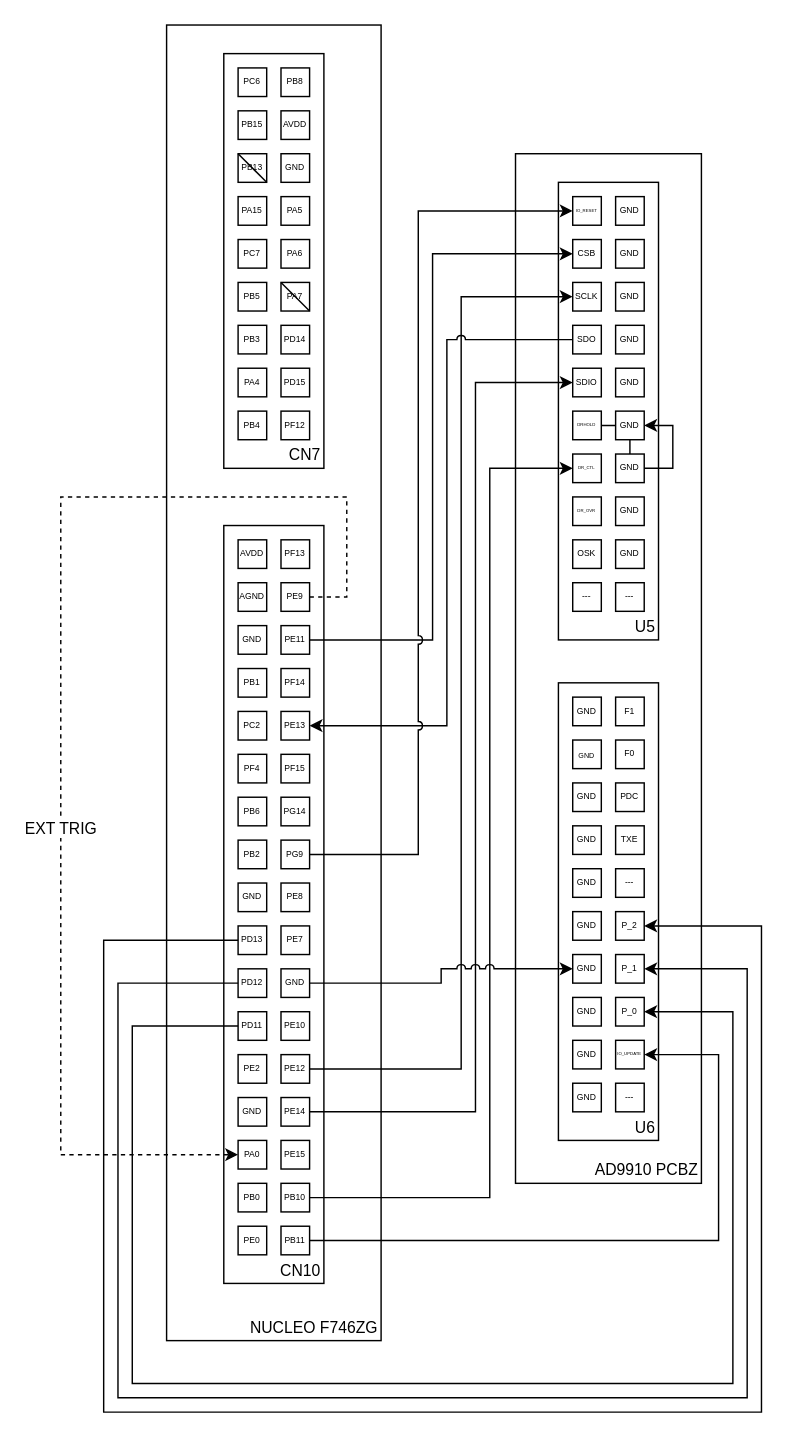
Before: wiring_diagram.drawio in AXKuhta/stm32_ad9910, a draw.io diagram. Source tidied: cells renumbered, new cells numbered last; positions are measured from the earlier drawing's top-left corner, leaving out a move shared by most shapes. Both pictures are drawn from the tidied source at 143%, with x=0, y=0 at pixel (60, 24).
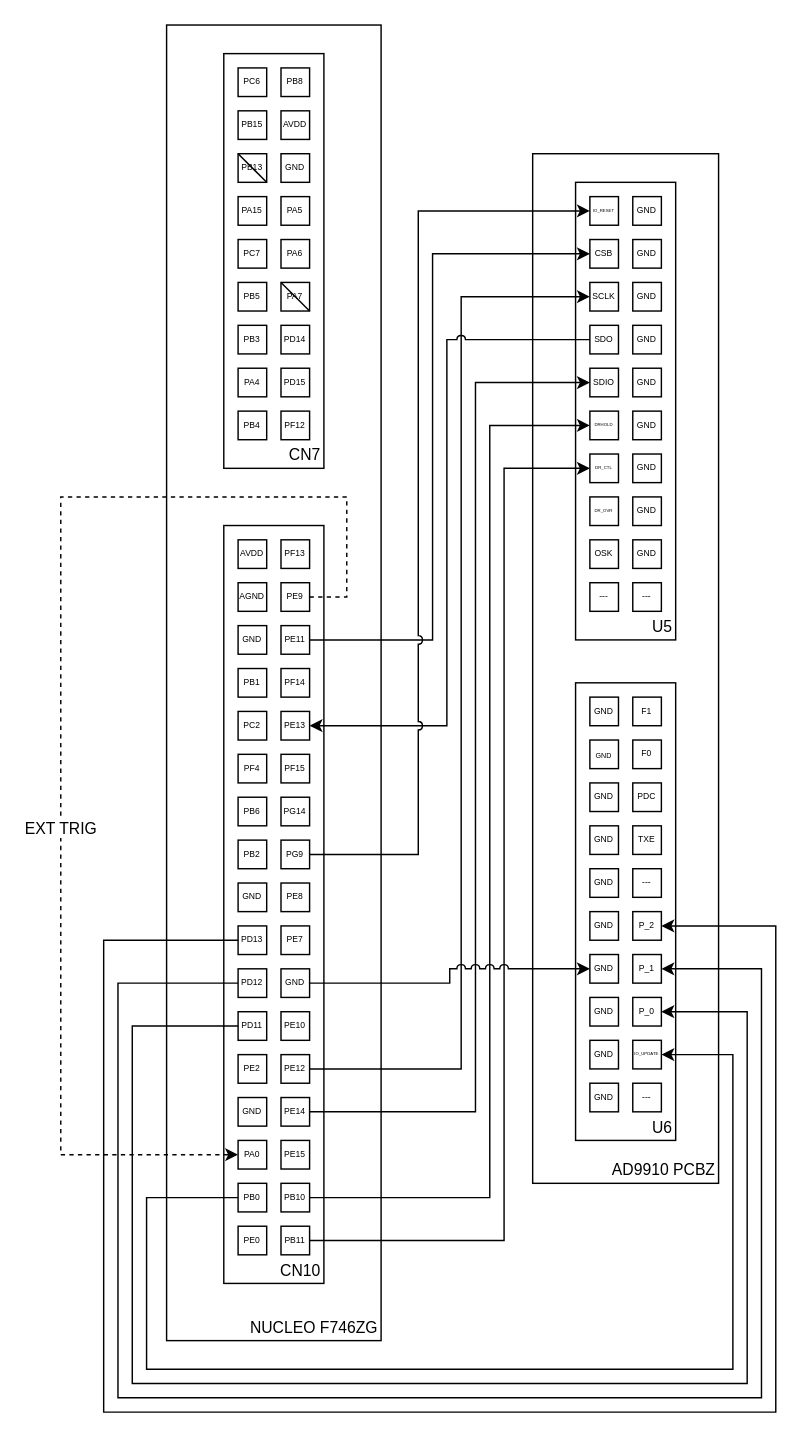
After the change.

Commit message:
Update wiring diagram

The change refers to these unchanged cells:
```xml
<mxCell id="44" value="PB10" style="rounded=0;whiteSpace=wrap;html=1;fontSize=6;" parent="26" vertex="1">
  <mxGeometry x="40" y="460" width="20" height="20" as="geometry" />
</mxCell>
<mxCell id="45" value="PB11" style="rounded=0;whiteSpace=wrap;html=1;fontSize=6;" parent="26" vertex="1">
  <mxGeometry x="40" y="490" width="20" height="20" as="geometry" />
</mxCell>
<mxCell id="55" value="PD13" style="rounded=0;whiteSpace=wrap;html=1;fontSize=6;" parent="26" vertex="1">
  <mxGeometry x="10" y="280" width="20" height="20" as="geometry" />
</mxCell>
<mxCell id="56" value="PD12" style="rounded=0;whiteSpace=wrap;html=1;fontSize=6;" parent="26" vertex="1">
  <mxGeometry x="10" y="310" width="20" height="20" as="geometry" />
</mxCell>
<mxCell id="57" value="PD11" style="rounded=0;whiteSpace=wrap;html=1;fontSize=6;" parent="26" vertex="1">
  <mxGeometry x="10" y="340" width="20" height="20" as="geometry" />
</mxCell>
<mxCell id="61" value="PB0" style="rounded=0;whiteSpace=wrap;html=1;fontSize=6;" parent="26" vertex="1">
  <mxGeometry x="10" y="460" width="20" height="20" as="geometry" />
</mxCell>
<mxCell id="65" style="group;" parent="63" vertex="1">
  <mxGeometry x="30" y="20" width="70" height="320" as="geometry" />
</mxCell>
<mxCell id="73" value="DRHOLD" style="rounded=0;whiteSpace=wrap;html=1;fontSize=3;" parent="65" vertex="1">
  <mxGeometry x="10" y="160" width="20" height="20" as="geometry" />
</mxCell>
<mxCell id="74" value="DR_CTL" style="rounded=0;whiteSpace=wrap;html=1;fontSize=3;" parent="65" vertex="1">
  <mxGeometry x="10" y="190" width="20" height="20" as="geometry" />
</mxCell>
<mxCell id="82" value="GND" style="rounded=0;whiteSpace=wrap;html=1;fontSize=6;" parent="65" vertex="1">
  <mxGeometry x="40" y="160" width="20" height="20" as="geometry" />
</mxCell>
<mxCell id="100" value="P_2" style="rounded=0;whiteSpace=wrap;html=1;fontSize=6;" parent="88" vertex="1">
  <mxGeometry x="40" y="160" width="20" height="20" as="geometry" />
</mxCell>
<mxCell id="101" value="P_1" style="rounded=0;whiteSpace=wrap;html=1;fontSize=6;" parent="88" vertex="1">
  <mxGeometry x="40" y="190" width="20" height="20" as="geometry" />
</mxCell>
<mxCell id="102" value="P_0" style="rounded=0;whiteSpace=wrap;html=1;fontSize=6;" parent="88" vertex="1">
  <mxGeometry x="40" y="220" width="20" height="20" as="geometry" />
</mxCell>
<mxCell id="103" value="IO_UPDATE" style="rounded=0;whiteSpace=wrap;html=1;fontSize=3;" parent="88" vertex="1">
  <mxGeometry x="40" y="250" width="20" height="20" as="geometry" />
</mxCell>
```

The edit, as a diff of the source:
```diff
@@
     <mxCell id="63" style="group;" parent="1" vertex="1">
-      <mxGeometry x="318" y="90" width="130" height="720" as="geometry" />
+      <mxGeometry x="330" y="90" width="130" height="720" as="geometry" />
     </mxCell>
@@
-    <mxCell id="72" style="edgeStyle=orthogonalEdgeStyle;rounded=0;jumpStyle=none;jettySize=auto;html=1;entryX=1;entryY=0.5;entryDx=0;entryDy=0;" parent="65" edge="1" source="73" target="82">
-      <mxGeometry relative="1" as="geometry" />
-    </mxCell>
@@
     <mxCell id="110" style="edgeStyle=orthogonalEdgeStyle;rounded=0;jettySize=auto;html=1;entryX=1;entryY=0.5;entryDx=0;entryDy=0;" parent="1" edge="1" source="57" target="102">
       <mxGeometry relative="1" as="geometry">
         <Array as="points">
           <mxPoint x="50" y="700" />
           <mxPoint x="50" y="950" />
-          <mxPoint x="470" y="950" />
-          <mxPoint x="470" y="690" />
+          <mxPoint x="480" y="950" />
+          <mxPoint x="480" y="690" />
         </Array>
       </mxGeometry>
     </mxCell>
     <mxCell id="111" style="edgeStyle=orthogonalEdgeStyle;rounded=0;jettySize=auto;html=1;entryX=1;entryY=0.5;entryDx=0;entryDy=0;" parent="1" edge="1" source="56" target="101">
       <mxGeometry relative="1" as="geometry">
         <Array as="points">
           <mxPoint x="40" y="670" />
           <mxPoint x="40" y="960" />
-          <mxPoint x="480" y="960" />
-          <mxPoint x="480" y="660" />
+          <mxPoint x="490" y="960" />
+          <mxPoint x="490" y="660" />
         </Array>
       </mxGeometry>
     </mxCell>
     <mxCell id="112" style="edgeStyle=orthogonalEdgeStyle;rounded=0;jettySize=auto;html=1;entryX=1;entryY=0.5;entryDx=0;entryDy=0;" parent="1" edge="1" source="55" target="100">
       <mxGeometry relative="1" as="geometry">
         <Array as="points">
           <mxPoint x="30" y="640" />
           <mxPoint x="30" y="970" />
-          <mxPoint x="490" y="970" />
-          <mxPoint x="490" y="630" />
+          <mxPoint x="500" y="970" />
+          <mxPoint x="500" y="630" />
         </Array>
       </mxGeometry>
     </mxCell>
-    <mxCell id="113" style="edgeStyle=orthogonalEdgeStyle;jettySize=auto;html=1;entryX=1;entryY=0.5;entryDx=0;entryDy=0;rounded=0;" parent="1" edge="1" source="45" target="103">
+    <mxCell id="113" style="edgeStyle=orthogonalEdgeStyle;jettySize=auto;html=1;entryX=1;entryY=0.5;entryDx=0;entryDy=0;rounded=0;exitX=0;exitY=0.5;exitDx=0;exitDy=0;" parent="1" edge="1" source="61" target="103">
       <mxGeometry relative="1" as="geometry">
         <Array as="points">
-          <mxPoint x="460" y="850" />
-          <mxPoint x="460" y="720" />
+          <mxPoint x="60" y="820" />
+          <mxPoint x="60" y="940" />
+          <mxPoint x="470" y="940" />
+          <mxPoint x="470" y="720" />
         </Array>
       </mxGeometry>
     </mxCell>
@@
-    <mxCell id="118" style="edgeStyle=orthogonalEdgeStyle;rounded=0;jettySize=auto;html=1;entryX=0;entryY=0.5;entryDx=0;entryDy=0;jumpStyle=none;" parent="1" edge="1" source="44" target="74">
+    <mxCell id="118" style="edgeStyle=orthogonalEdgeStyle;rounded=0;jettySize=auto;html=1;entryX=0;entryY=0.5;entryDx=0;entryDy=0;jumpStyle=none;" parent="1" edge="1" source="44" target="73">
       <mxGeometry relative="1" as="geometry">
         <Array as="points">
           <mxPoint x="300" y="820" />
-          <mxPoint x="300" y="310" />
+          <mxPoint x="300" y="280" />
         </Array>
       </mxGeometry>
     </mxCell>
+    <mxCell id="121" style="edgeStyle=orthogonalEdgeStyle;rounded=0;jettySize=auto;html=1;entryX=0;entryY=0.5;entryDx=0;entryDy=0;" parent="1" edge="1" source="45" target="74">
+      <mxGeometry relative="1" as="geometry">
+        <Array as="points">
+          <mxPoint x="310" y="850" />
+          <mxPoint x="310" y="310" />
+        </Array>
+      </mxGeometry>
+    </mxCell>
```
